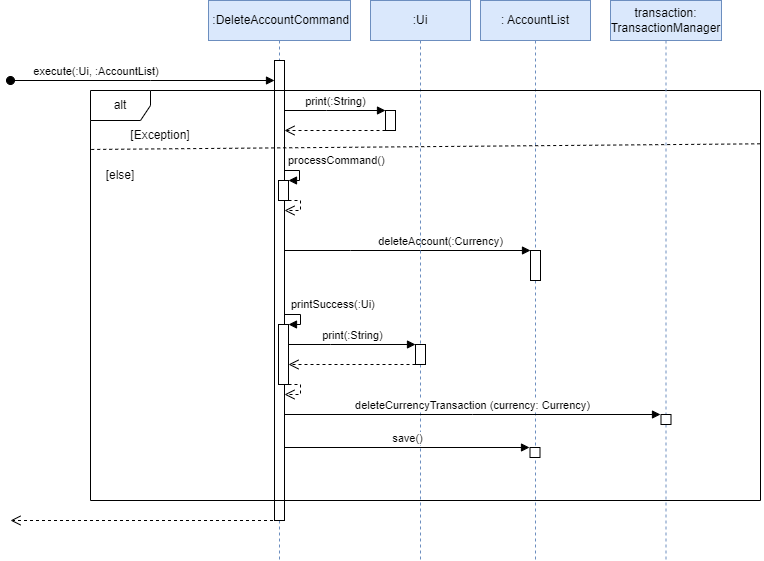
woowenjun99/tp keeps this draw.io diagram as docs/images/DeleteAccountCommandSeqDiagram.png. Above is the earlier version. Source tidied: cells renumbered, new cells last; positions are measured from the earlier drawing's top-left corner, leaving out a move shared by most shapes.
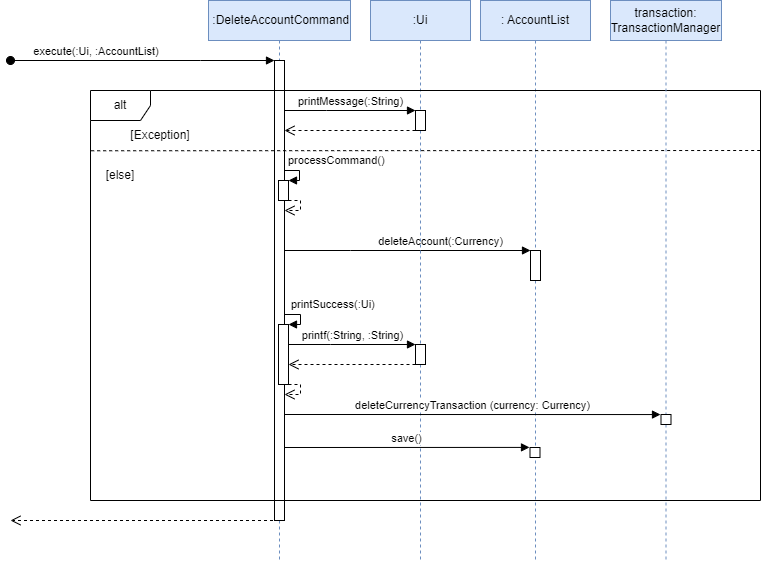
Later version of the same file.

Commit message:
Edit delete-account and create-account seq diagram

The edit, as a diff of the source:
```diff
@@ -80,8 +80,8 @@
     <mxCell id="15" style="html=1;points=[];perimeter=orthogonalPerimeter;outlineConnect=0;targetShapes=umlLifeline;portConstraint=eastwest;newEdgeStyle={&quot;edgeStyle&quot;:&quot;elbowEdgeStyle&quot;,&quot;elbow&quot;:&quot;vertical&quot;,&quot;curved&quot;:0,&quot;rounded&quot;:0};" parent="14" vertex="1">
       <mxGeometry x="45" y="344" width="10" height="20" as="geometry" />
     </mxCell>
-    <mxCell id="16" value="print(:String)" style="html=1;verticalAlign=bottom;endArrow=block;edgeStyle=elbowEdgeStyle;elbow=vertical;curved=0;rounded=0;" parent="1" edge="1" source="7" target="15">
-      <mxGeometry relative="1" as="geometry">
+    <mxCell id="16" value="printf(:String, :String)" style="html=1;verticalAlign=bottom;endArrow=block;edgeStyle=elbowEdgeStyle;elbow=vertical;curved=0;rounded=0;" parent="1" edge="1" source="7" target="15">
+      <mxGeometry x="0.01" relative="1" as="geometry">
         <Array as="points">
           <mxPoint x="320" y="344" />
           <mxPoint x="430" y="364" />
@@ -100,8 +100,9 @@
     </mxCell>
     <mxCell id="18" value="execute(:Ui, :AccountList)&amp;nbsp;" style="html=1;verticalAlign=bottom;startArrow=oval;startFill=1;endArrow=block;startSize=8;edgeStyle=elbowEdgeStyle;elbow=vertical;curved=0;rounded=0;" parent="1" edge="1" target="3">
       <mxGeometry x="-0.34" relative="1" as="geometry">
-        <mxPoint y="80" as="sourcePoint" />
+        <mxPoint y="60" as="sourcePoint" />
         <Array as="points">
+          <mxPoint x="190" y="60" />
           <mxPoint x="140" y="80" />
         </Array>
       </mxGeometry>
@@ -109,15 +110,15 @@
     <mxCell id="19" value="alt" style="shape=umlFrame;whiteSpace=wrap;html=1;" parent="1" vertex="1">
       <mxGeometry x="80" y="90" width="670" height="410" as="geometry" />
     </mxCell>
-    <mxCell id="20" style="endArrow=none;dashed=1;html=1;strokeWidth=1;rounded=0;exitX=0.001;exitY=0.155;exitDx=0;exitDy=0;exitPerimeter=0;entryX=1.002;entryY=0.13;entryDx=0;entryDy=0;entryPerimeter=0;" parent="1" edge="1" target="19">
+    <mxCell id="20" style="endArrow=none;dashed=1;html=1;strokeWidth=1;rounded=0;exitX=0.001;exitY=0.147;exitDx=0;exitDy=0;exitPerimeter=0;" parent="1" edge="1" source="19">
       <mxGeometry relative="1" as="geometry">
-        <mxPoint x="80.7" y="149" as="sourcePoint" />
+        <mxPoint x="750" y="150" as="targetPoint" />
       </mxGeometry>
     </mxCell>
     <mxCell id="21" style="html=1;points=[];perimeter=orthogonalPerimeter;outlineConnect=0;targetShapes=umlLifeline;portConstraint=eastwest;newEdgeStyle={&quot;edgeStyle&quot;:&quot;elbowEdgeStyle&quot;,&quot;elbow&quot;:&quot;vertical&quot;,&quot;curved&quot;:0,&quot;rounded&quot;:0};" parent="1" vertex="1">
-      <mxGeometry x="375" y="110" width="10" height="20" as="geometry" />
+      <mxGeometry x="405" y="110" width="10" height="20" as="geometry" />
     </mxCell>
-    <mxCell id="22" value="print(:String)" style="html=1;verticalAlign=bottom;endArrow=block;edgeStyle=elbowEdgeStyle;elbow=vertical;curved=0;rounded=0;" parent="1" edge="1" source="3" target="21">
+    <mxCell id="22" value="printMessage(:String)" style="html=1;verticalAlign=bottom;endArrow=block;edgeStyle=elbowEdgeStyle;elbow=vertical;curved=0;rounded=0;" parent="1" edge="1" source="3" target="21">
       <mxGeometry relative="1" as="geometry">
         <Array as="points">
           <mxPoint x="316" y="110" />
```
